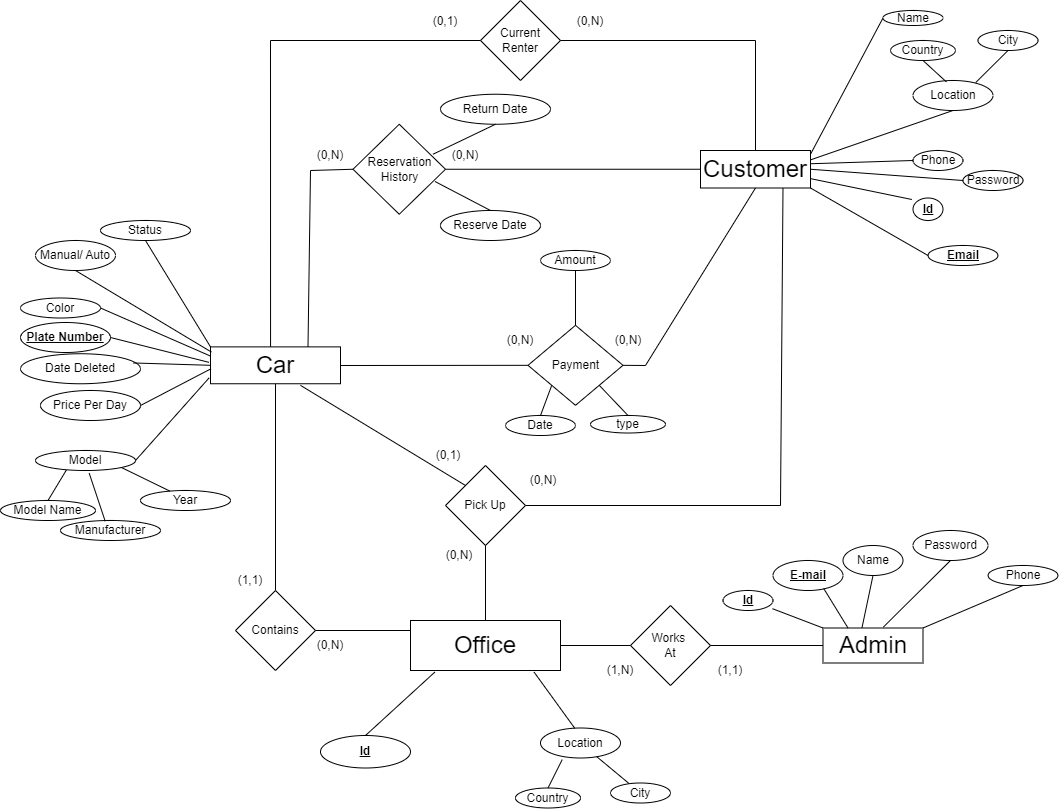
Before: ER.png, a diagram exported from draw.io (Kirollos-Saad/Car-Rental-System). Source tidied: cells renumbered, new cells last; positions are measured from the earlier drawing's top-left corner, leaving out a move shared by most shapes.
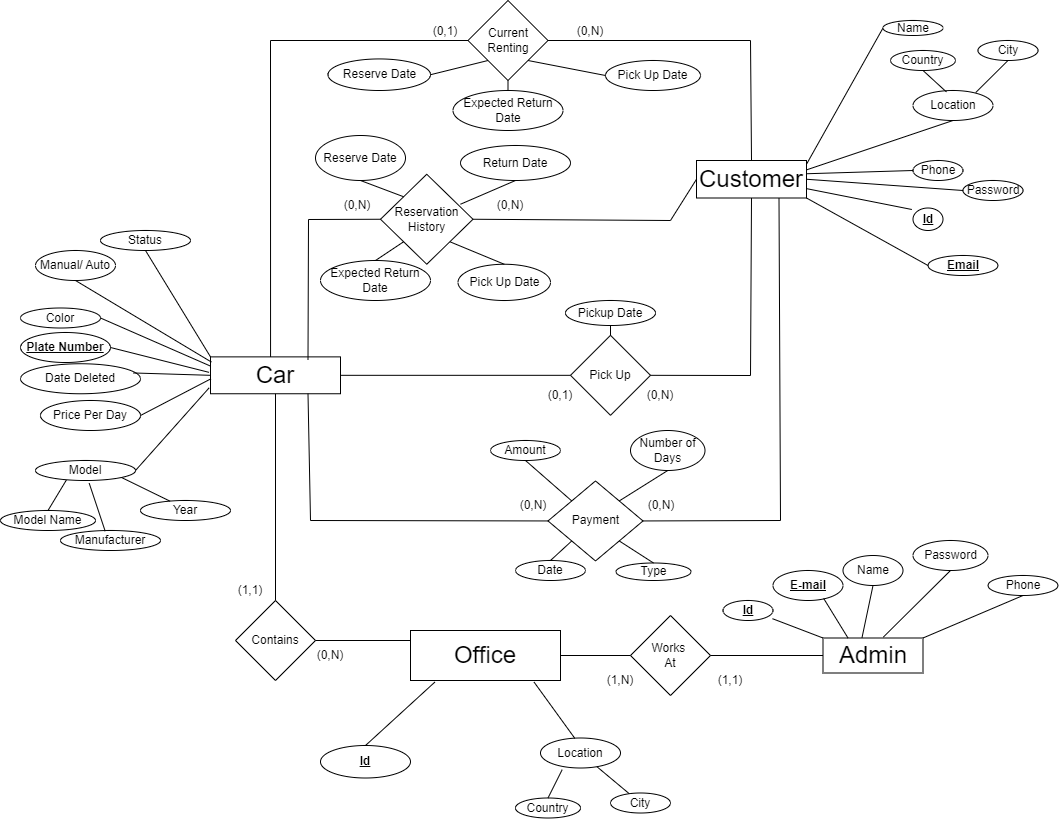
After the commit.

What changed in the source:
```diff
@@ -6,7 +6,7 @@
       <mxGeometry x="210" y="346.4" width="130" height="36.9" as="geometry" />
     </mxCell>
     <mxCell id="3" value="&lt;font style=&quot;font-size: 24px;&quot;&gt;Customer&lt;/font&gt;" style="rounded=0;whiteSpace=wrap;html=1;" parent="1" vertex="1">
-      <mxGeometry x="700" y="150" width="110" height="37.5" as="geometry" />
+      <mxGeometry x="696" y="150" width="110" height="37.5" as="geometry" />
     </mxCell>
     <mxCell id="4" value="&lt;font style=&quot;font-size: 24px;&quot;&gt;Admin&lt;/font&gt;" style="rounded=0;whiteSpace=wrap;html=1;" parent="1" vertex="1">
       <mxGeometry x="822.5" y="627.5" width="100" height="35" as="geometry" />
@@ -168,30 +168,18 @@
       <mxGeometry relative="1" as="geometry" />
     </mxCell>
     <mxCell id="57" value="Payment" style="rhombus;whiteSpace=wrap;html=1;" parent="1" vertex="1">
-      <mxGeometry x="527.5" y="324.8" width="95" height="80" as="geometry" />
+      <mxGeometry x="547.5" y="470.4" width="95" height="80" as="geometry" />
     </mxCell>
-    <mxCell id="58" style="endArrow=none;html=1;rounded=0;entryX=0;entryY=0.5;entryDx=0;entryDy=0;" parent="1" edge="1" target="57">
-      <mxGeometry relative="1" as="geometry">
-        <mxPoint x="340" y="365" as="sourcePoint" />
-      </mxGeometry>
-    </mxCell>
-    <mxCell id="59" style="endArrow=none;html=1;rounded=0;entryX=0.5;entryY=1;entryDx=0;entryDy=0;exitX=1;exitY=0.5;exitDx=0;exitDy=0;" parent="1" edge="1" source="57" target="3">
-      <mxGeometry relative="1" as="geometry">
-        <Array as="points">
-          <mxPoint x="645" y="365" />
-        </Array>
-      </mxGeometry>
-    </mxCell>
-    <mxCell id="60" value="type" style="ellipse;whiteSpace=wrap;html=1;" parent="1" vertex="1">
-      <mxGeometry x="590" y="415" width="75" height="17.5" as="geometry" />
+    <mxCell id="60" value="Type" style="ellipse;whiteSpace=wrap;html=1;" parent="1" vertex="1">
+      <mxGeometry x="615.5" y="552.5" width="75" height="17.5" as="geometry" />
     </mxCell>
     <mxCell id="61" value="Date" style="ellipse;whiteSpace=wrap;html=1;" parent="1" vertex="1">
-      <mxGeometry x="505" y="415" width="70" height="20" as="geometry" />
+      <mxGeometry x="515" y="550" width="70" height="20" as="geometry" />
     </mxCell>
     <mxCell id="62" value="Amount" style="ellipse;whiteSpace=wrap;html=1;" parent="1" vertex="1">
-      <mxGeometry x="540" y="250" width="70" height="20" as="geometry" />
+      <mxGeometry x="490" y="430" width="70" height="20" as="geometry" />
     </mxCell>
-    <mxCell id="63" style="endArrow=none;html=1;rounded=0;entryX=0.5;entryY=1;entryDx=0;entryDy=0;exitX=0.5;exitY=0;exitDx=0;exitDy=0;" parent="1" edge="1" source="57" target="62">
+    <mxCell id="63" style="endArrow=none;html=1;rounded=0;entryX=0.5;entryY=1;entryDx=0;entryDy=0;exitX=0;exitY=0;exitDx=0;exitDy=0;" parent="1" edge="1" source="57" target="62">
       <mxGeometry relative="1" as="geometry" />
     </mxCell>
     <mxCell id="64" style="endArrow=none;html=1;rounded=0;exitX=0.5;exitY=0;exitDx=0;exitDy=0;entryX=0;entryY=1;entryDx=0;entryDy=0;" parent="1" edge="1" source="61" target="57">
@@ -201,44 +189,42 @@
       <mxGeometry relative="1" as="geometry" />
     </mxCell>
     <mxCell id="66" value="Reservation&lt;br&gt;History" style="rhombus;whiteSpace=wrap;html=1;" parent="1" vertex="1">
-      <mxGeometry x="352.5" y="123.8" width="92.5" height="90" as="geometry" />
+      <mxGeometry x="380" y="163.8" width="92.5" height="90" as="geometry" />
     </mxCell>
-    <mxCell id="67" style="endArrow=none;html=1;rounded=0;exitX=0.75;exitY=0;exitDx=0;exitDy=0;entryX=0;entryY=0.5;entryDx=0;entryDy=0;" parent="1" edge="1" source="2" target="66">
+    <mxCell id="67" style="endArrow=none;html=1;rounded=0;exitX=0.75;exitY=0;exitDx=0;exitDy=0;entryX=0;entryY=0.5;entryDx=0;entryDy=0;" parent="1" edge="1" target="66">
       <mxGeometry relative="1" as="geometry">
+        <mxPoint x="307.5" y="349.4" as="sourcePoint" />
         <Array as="points">
-          <mxPoint x="310" y="170" />
+          <mxPoint x="308" y="209" />
         </Array>
       </mxGeometry>
     </mxCell>
-    <mxCell id="68" style="endArrow=none;html=1;rounded=0;exitX=1;exitY=0.5;exitDx=0;exitDy=0;entryX=0;entryY=0.5;entryDx=0;entryDy=0;" parent="1" edge="1" source="66" target="3">
-      <mxGeometry relative="1" as="geometry" />
-    </mxCell>
-    <mxCell id="69" value="Reserve Date" style="ellipse;whiteSpace=wrap;html=1;" parent="1" vertex="1">
-      <mxGeometry x="440" y="210" width="100" height="30" as="geometry" />
+    <mxCell id="69" value="Pick Up Date" style="ellipse;whiteSpace=wrap;html=1;" parent="1" vertex="1">
+      <mxGeometry x="457.5" y="253.8" width="92.5" height="36.2" as="geometry" />
     </mxCell>
     <mxCell id="70" value="Return Date" style="ellipse;whiteSpace=wrap;html=1;" parent="1" vertex="1">
-      <mxGeometry x="440" y="93.8" width="110" height="30" as="geometry" />
+      <mxGeometry x="460" y="135" width="110" height="35" as="geometry" />
     </mxCell>
-    <mxCell id="71" style="endArrow=none;html=1;rounded=0;exitX=0.5;exitY=0;exitDx=0;exitDy=0;entryX=0.886;entryY=0.636;entryDx=0;entryDy=0;entryPerimeter=0;" parent="1" edge="1" source="69" target="66">
+    <mxCell id="71" style="endArrow=none;html=1;rounded=0;exitX=0.5;exitY=0;exitDx=0;exitDy=0;entryX=1;entryY=1;entryDx=0;entryDy=0;" parent="1" edge="1" source="69" target="66">
       <mxGeometry relative="1" as="geometry" />
     </mxCell>
     <mxCell id="72" style="endArrow=none;html=1;rounded=0;entryX=0.5;entryY=1;entryDx=0;entryDy=0;exitX=0.865;exitY=0.333;exitDx=0;exitDy=0;exitPerimeter=0;" parent="1" edge="1" source="66" target="70">
       <mxGeometry relative="1" as="geometry" />
     </mxCell>
-    <mxCell id="73" value="Current&lt;br&gt;Renter" style="rhombus;whiteSpace=wrap;html=1;" parent="1" vertex="1">
-      <mxGeometry x="480" width="80" height="80" as="geometry" />
+    <mxCell id="73" value="Current&lt;br&gt;Renting" style="rhombus;whiteSpace=wrap;html=1;" parent="1" vertex="1">
+      <mxGeometry x="467.5" y="-10" width="80" height="80" as="geometry" />
     </mxCell>
     <mxCell id="74" style="endArrow=none;html=1;rounded=0;exitX=0.462;exitY=0;exitDx=0;exitDy=0;exitPerimeter=0;entryX=0;entryY=0.5;entryDx=0;entryDy=0;" parent="1" edge="1" source="2" target="73">
       <mxGeometry relative="1" as="geometry">
         <Array as="points">
-          <mxPoint x="270" y="40" />
+          <mxPoint x="270" y="30" />
         </Array>
       </mxGeometry>
     </mxCell>
     <mxCell id="75" style="endArrow=none;html=1;rounded=0;exitX=0.5;exitY=0;exitDx=0;exitDy=0;entryX=1;entryY=0.5;entryDx=0;entryDy=0;" parent="1" edge="1" source="3" target="73">
       <mxGeometry relative="1" as="geometry">
         <Array as="points">
-          <mxPoint x="755" y="40" />
+          <mxPoint x="750" y="30" />
         </Array>
       </mxGeometry>
     </mxCell>
@@ -254,14 +240,8 @@
       <mxGeometry relative="1" as="geometry" />
     </mxCell>
     <mxCell id="79" value="Pick Up" style="rhombus;whiteSpace=wrap;html=1;" parent="1" vertex="1">
-      <mxGeometry x="445" y="465" width="80" height="80" as="geometry" />
+      <mxGeometry x="570" y="324.8" width="80" height="80" as="geometry" />
     </mxCell>
-    <mxCell id="80" style="endArrow=none;html=1;rounded=0;entryX=0.692;entryY=1.043;entryDx=0;entryDy=0;entryPerimeter=0;exitX=0;exitY=0;exitDx=0;exitDy=0;" parent="1" edge="1" source="79" target="2">
-      <mxGeometry relative="1" as="geometry" />
-    </mxCell>
-    <mxCell id="81" style="endArrow=none;html=1;rounded=0;entryX=0.5;entryY=0;entryDx=0;entryDy=0;exitX=0.5;exitY=1;exitDx=0;exitDy=0;" parent="1" edge="1" source="79" target="5">
-      <mxGeometry relative="1" as="geometry" />
-    </mxCell>
     <mxCell id="82" value="Status" style="ellipse;whiteSpace=wrap;html=1;" parent="1" vertex="1">
       <mxGeometry x="100" y="220" width="90" height="20" as="geometry" />
     </mxCell>
@@ -280,13 +260,6 @@
     <mxCell id="87" style="endArrow=none;html=1;rounded=0;entryX=0.5;entryY=1;entryDx=0;entryDy=0;exitX=1;exitY=0.25;exitDx=0;exitDy=0;" parent="1" edge="1" source="3" target="39">
       <mxGeometry relative="1" as="geometry" />
     </mxCell>
-    <mxCell id="88" style="endArrow=none;html=1;rounded=0;exitX=1;exitY=0.5;exitDx=0;exitDy=0;entryX=0.75;entryY=1;entryDx=0;entryDy=0;" parent="1" edge="1" source="79" target="3">
-      <mxGeometry relative="1" as="geometry">
-        <Array as="points">
-          <mxPoint x="780" y="505" />
-        </Array>
-      </mxGeometry>
-    </mxCell>
     <mxCell id="89" value="(0,1)" style="text;html=1;strokeColor=none;fillColor=none;align=center;verticalAlign=middle;whiteSpace=wrap;rounded=0;" parent="1" vertex="1">
       <mxGeometry x="430" y="17.5" width="30" height="7.5" as="geometry" />
     </mxCell>
@@ -294,16 +267,16 @@
       <mxGeometry x="560" y="6.2" width="60" height="30" as="geometry" />
     </mxCell>
     <mxCell id="91" value="(0,N)" style="text;html=1;strokeColor=none;fillColor=none;align=center;verticalAlign=middle;whiteSpace=wrap;rounded=0;" parent="1" vertex="1">
-      <mxGeometry x="300" y="140" width="60" height="30" as="geometry" />
+      <mxGeometry x="326.5" y="180" width="60" height="30" as="geometry" />
     </mxCell>
     <mxCell id="92" value="(0,N)" style="text;html=1;strokeColor=none;fillColor=none;align=center;verticalAlign=middle;whiteSpace=wrap;rounded=0;" parent="1" vertex="1">
-      <mxGeometry x="435" y="140" width="60" height="30" as="geometry" />
+      <mxGeometry x="480" y="180" width="60" height="30" as="geometry" />
     </mxCell>
     <mxCell id="93" value="(0,N)" style="text;html=1;strokeColor=none;fillColor=none;align=center;verticalAlign=middle;whiteSpace=wrap;rounded=0;" parent="1" vertex="1">
-      <mxGeometry x="490" y="324.8" width="60" height="30" as="geometry" />
+      <mxGeometry x="502.5" y="480" width="60" height="30" as="geometry" />
     </mxCell>
     <mxCell id="94" value="(0,N)" style="text;html=1;strokeColor=none;fillColor=none;align=center;verticalAlign=middle;whiteSpace=wrap;rounded=0;" parent="1" vertex="1">
-      <mxGeometry x="597.5" y="324.8" width="60" height="30" as="geometry" />
+      <mxGeometry x="630.5" y="480" width="60" height="30" as="geometry" />
     </mxCell>
     <mxCell id="95" value="(1,1)" style="text;html=1;strokeColor=none;fillColor=none;align=center;verticalAlign=middle;whiteSpace=wrap;rounded=0;" parent="1" vertex="1">
       <mxGeometry x="220" y="565" width="60" height="30" as="geometry" />
@@ -318,13 +291,83 @@
       <mxGeometry x="590" y="655" width="60" height="30" as="geometry" />
     </mxCell>
     <mxCell id="99" value="(0,1)" style="text;html=1;strokeColor=none;fillColor=none;align=center;verticalAlign=middle;whiteSpace=wrap;rounded=0;" parent="1" vertex="1">
-      <mxGeometry x="417.5" y="440" width="60" height="30" as="geometry" />
+      <mxGeometry x="530" y="370" width="60" height="30" as="geometry" />
     </mxCell>
-    <mxCell id="100" value="(0,N)" style="text;html=1;strokeColor=none;fillColor=none;align=center;verticalAlign=middle;whiteSpace=wrap;rounded=0;" parent="1" vertex="1">
-      <mxGeometry x="429" y="540" width="60" height="30" as="geometry" />
-    </mxCell>
     <mxCell id="101" value="(0,N)" style="text;html=1;strokeColor=none;fillColor=none;align=center;verticalAlign=middle;whiteSpace=wrap;rounded=0;" parent="1" vertex="1">
-      <mxGeometry x="512.5" y="465" width="60" height="30" as="geometry" />
+      <mxGeometry x="630" y="370" width="60" height="30" as="geometry" />
     </mxCell>
+    <mxCell id="102" value="Pickup Date" style="ellipse;whiteSpace=wrap;html=1;" parent="1" vertex="1">
+      <mxGeometry x="565" y="290" width="90" height="25" as="geometry" />
+    </mxCell>
+    <mxCell id="103" value="Pick Up Date" style="ellipse;whiteSpace=wrap;html=1;" parent="1" vertex="1">
+      <mxGeometry x="605" y="50" width="95" height="30" as="geometry" />
+    </mxCell>
+    <mxCell id="104" style="endArrow=none;html=1;rounded=0;entryX=1;entryY=1;entryDx=0;entryDy=0;exitX=0;exitY=0.5;exitDx=0;exitDy=0;" parent="1" edge="1" source="103" target="73">
+      <mxGeometry relative="1" as="geometry" />
+    </mxCell>
+    <mxCell id="105" value="Reserve Date" style="ellipse;whiteSpace=wrap;html=1;" parent="1" vertex="1">
+      <mxGeometry x="315" y="125" width="90" height="45" as="geometry" />
+    </mxCell>
+    <mxCell id="106" style="endArrow=none;html=1;rounded=0;entryX=0.5;entryY=1;entryDx=0;entryDy=0;exitX=0;exitY=0;exitDx=0;exitDy=0;" parent="1" edge="1" source="66" target="105">
+      <mxGeometry relative="1" as="geometry" />
+    </mxCell>
+    <mxCell id="107" value="Reserve Date" style="ellipse;whiteSpace=wrap;html=1;" parent="1" vertex="1">
+      <mxGeometry x="327.5" y="48.4" width="102.5" height="31.6" as="geometry" />
+    </mxCell>
+    <mxCell id="108" style="endArrow=none;html=1;rounded=0;exitX=1;exitY=0.5;exitDx=0;exitDy=0;entryX=0;entryY=1;entryDx=0;entryDy=0;" parent="1" edge="1" source="107" target="73">
+      <mxGeometry relative="1" as="geometry" />
+    </mxCell>
+    <mxCell id="88" style="endArrow=none;html=1;rounded=0;entryX=0.5;entryY=1;entryDx=0;entryDy=0;exitX=1;exitY=0.5;exitDx=0;exitDy=0;" parent="1" edge="1" source="79" target="3">
+      <mxGeometry relative="1" as="geometry">
+        <Array as="points">
+          <mxPoint x="750" y="365" />
+        </Array>
+      </mxGeometry>
+    </mxCell>
+    <mxCell id="109" style="endArrow=none;html=1;rounded=0;exitX=1;exitY=0.5;exitDx=0;exitDy=0;entryX=0;entryY=0.5;entryDx=0;entryDy=0;" parent="1" edge="1" source="2" target="79">
+      <mxGeometry relative="1" as="geometry" />
+    </mxCell>
+    <mxCell id="110" style="endArrow=none;html=1;rounded=0;exitX=0.75;exitY=1;exitDx=0;exitDy=0;entryX=0;entryY=0.5;entryDx=0;entryDy=0;" parent="1" edge="1" source="2" target="57">
+      <mxGeometry relative="1" as="geometry">
+        <Array as="points">
+          <mxPoint x="310" y="510" />
+        </Array>
+      </mxGeometry>
+    </mxCell>
+    <mxCell id="59" style="endArrow=none;html=1;rounded=0;entryX=0.75;entryY=1;entryDx=0;entryDy=0;exitX=1;exitY=0.5;exitDx=0;exitDy=0;" parent="1" edge="1" source="57" target="3">
+      <mxGeometry relative="1" as="geometry">
+        <Array as="points">
+          <mxPoint x="780" y="510" />
+        </Array>
+      </mxGeometry>
+    </mxCell>
+    <mxCell id="111" style="endArrow=none;html=1;rounded=0;entryX=0.5;entryY=1;entryDx=0;entryDy=0;exitX=0.5;exitY=0;exitDx=0;exitDy=0;" parent="1" edge="1" source="79" target="102">
+      <mxGeometry relative="1" as="geometry" />
+    </mxCell>
+    <mxCell id="68" style="endArrow=none;html=1;rounded=0;entryX=0;entryY=0.5;entryDx=0;entryDy=0;exitX=1;exitY=0.5;exitDx=0;exitDy=0;" parent="1" edge="1" source="66" target="3">
+      <mxGeometry relative="1" as="geometry">
+        <Array as="points">
+          <mxPoint x="670" y="210" />
+        </Array>
+      </mxGeometry>
+    </mxCell>
+    <mxCell id="112" value="Expected Return Date" style="ellipse;whiteSpace=wrap;html=1;" parent="1" vertex="1">
+      <mxGeometry x="452.5" y="80" width="110" height="40" as="geometry" />
+    </mxCell>
+    <mxCell id="113" style="endArrow=none;html=1;rounded=0;entryX=0.5;entryY=1;entryDx=0;entryDy=0;exitX=0.5;exitY=0;exitDx=0;exitDy=0;" parent="1" edge="1" source="112" target="73">
+      <mxGeometry relative="1" as="geometry" />
+    </mxCell>
+    <mxCell id="114" value="Expected Return Date" style="ellipse;whiteSpace=wrap;html=1;" parent="1" vertex="1">
+      <mxGeometry x="320" y="250" width="110" height="40" as="geometry" />
+    </mxCell>
+    <mxCell id="115" style="endArrow=none;html=1;rounded=0;exitX=0.5;exitY=0;exitDx=0;exitDy=0;entryX=0;entryY=1;entryDx=0;entryDy=0;" parent="1" edge="1" source="114" target="66">
+      <mxGeometry relative="1" as="geometry" />
+    </mxCell>
+    <mxCell id="116" value="Number of Days" style="ellipse;whiteSpace=wrap;html=1;" parent="1" vertex="1">
+      <mxGeometry x="630" y="420" width="74.5" height="40" as="geometry" />
+    </mxCell>
+    <mxCell id="117" style="endArrow=none;html=1;rounded=0;entryX=0.5;entryY=1;entryDx=0;entryDy=0;exitX=1;exitY=0;exitDx=0;exitDy=0;" parent="1" edge="1" source="57" target="116">
+      <mxGeometry relative="1" as="geometry" />
+    </mxCell>
   </root>
 </mxGraphModel>
```
